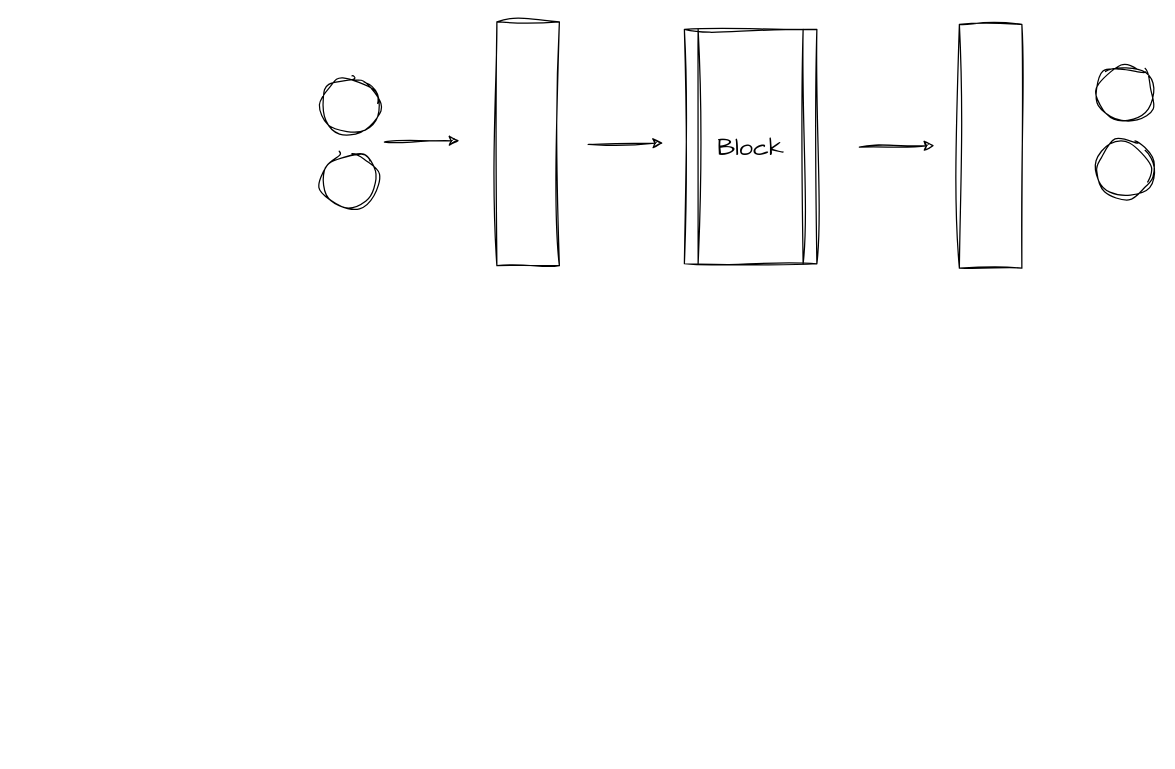
Before: 23_9_1_new_struc.drawio in 5huanghuai/Diagram, a draw.io diagram. Source tidied: cells renumbered, new cells numbered last; positions are measured from the earlier drawing's top-left corner, leaving out a move shared by most shapes. Both pictures are drawn from the tidied source at 125%, with x=0, y=0 at pixel (321, 21).
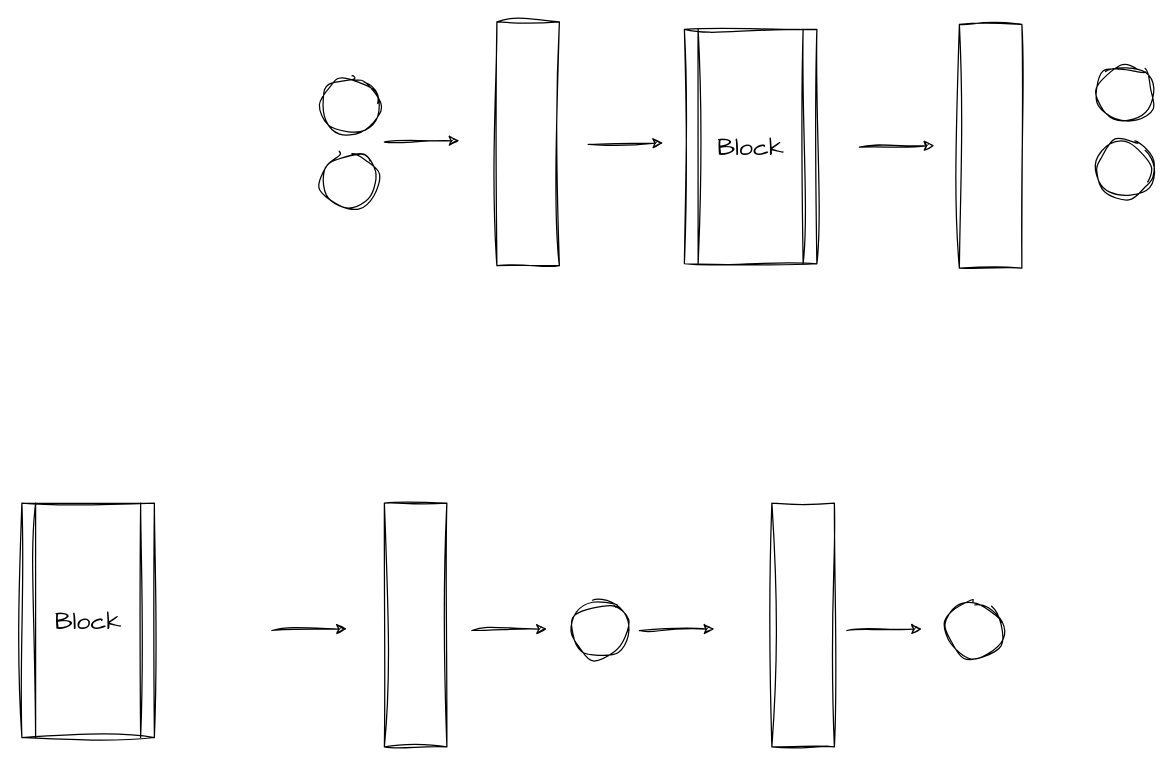
The same page after the edit.

What changed in the source:
```diff
@@
+    <mxCell id="12" value="Block" style="shape=process;whiteSpace=wrap;html=1;backgroundOutline=1;sketch=1;hachureGap=4;jiggle=2;curveFitting=1;fontFamily=Architects Daughter;fontSize=20;" parent="1" vertex="1">
+      <mxGeometry x="-240" y="385" width="106" height="187.5" as="geometry" />
+    </mxCell>
+    <mxCell id="13" style="rounded=0;whiteSpace=wrap;html=1;sketch=1;curveFitting=1;jiggle=2;" parent="1" vertex="1">
+      <mxGeometry x="50" y="385" width="50" height="195" as="geometry" />
+    </mxCell>
+    <mxCell id="14" style="endArrow=classic;html=1;rounded=0;sketch=1;hachureGap=4;jiggle=2;curveFitting=1;fontFamily=Architects Daughter;fontSize=16;" parent="1" edge="1">
+      <mxGeometry relative="1" as="geometry">
+        <mxPoint x="-40" y="486.9" as="sourcePoint" />
+        <mxPoint x="20" y="485.6" as="targetPoint" />
+      </mxGeometry>
+    </mxCell>
+    <mxCell id="15" style="endArrow=classic;html=1;rounded=0;sketch=1;hachureGap=4;jiggle=2;curveFitting=1;fontFamily=Architects Daughter;fontSize=16;" parent="1" edge="1">
+      <mxGeometry relative="1" as="geometry">
+        <mxPoint x="254" y="486.9" as="sourcePoint" />
+        <mxPoint x="314" y="485.6" as="targetPoint" />
+      </mxGeometry>
+    </mxCell>
+    <mxCell id="16" style="rounded=0;whiteSpace=wrap;html=1;sketch=1;curveFitting=1;jiggle=2;" parent="1" vertex="1">
+      <mxGeometry x="360" y="385" width="50" height="195" as="geometry" />
+    </mxCell>
+    <mxCell id="17" style="ellipse;whiteSpace=wrap;html=1;sketch=1;curveFitting=1;jiggle=2;" parent="1" vertex="1">
+      <mxGeometry x="200" y="463.8" width="45" height="45" as="geometry" />
+    </mxCell>
+    <mxCell id="18" style="endArrow=classic;html=1;rounded=0;sketch=1;hachureGap=4;jiggle=2;curveFitting=1;fontFamily=Architects Daughter;fontSize=16;" parent="1" edge="1">
+      <mxGeometry relative="1" as="geometry">
+        <mxPoint x="120" y="486.9" as="sourcePoint" />
+        <mxPoint x="180" y="485.6" as="targetPoint" />
+      </mxGeometry>
+    </mxCell>
+    <mxCell id="19" style="ellipse;whiteSpace=wrap;html=1;sketch=1;curveFitting=1;jiggle=2;" parent="1" vertex="1">
+      <mxGeometry x="500" y="463.8" width="45" height="45" as="geometry" />
+    </mxCell>
+    <mxCell id="20" style="endArrow=classic;html=1;rounded=0;sketch=1;hachureGap=4;jiggle=2;curveFitting=1;fontFamily=Architects Daughter;fontSize=16;" parent="1" edge="1">
+      <mxGeometry relative="1" as="geometry">
+        <mxPoint x="420" y="486.9" as="sourcePoint" />
+        <mxPoint x="480" y="485.6" as="targetPoint" />
+      </mxGeometry>
+    </mxCell>
```
